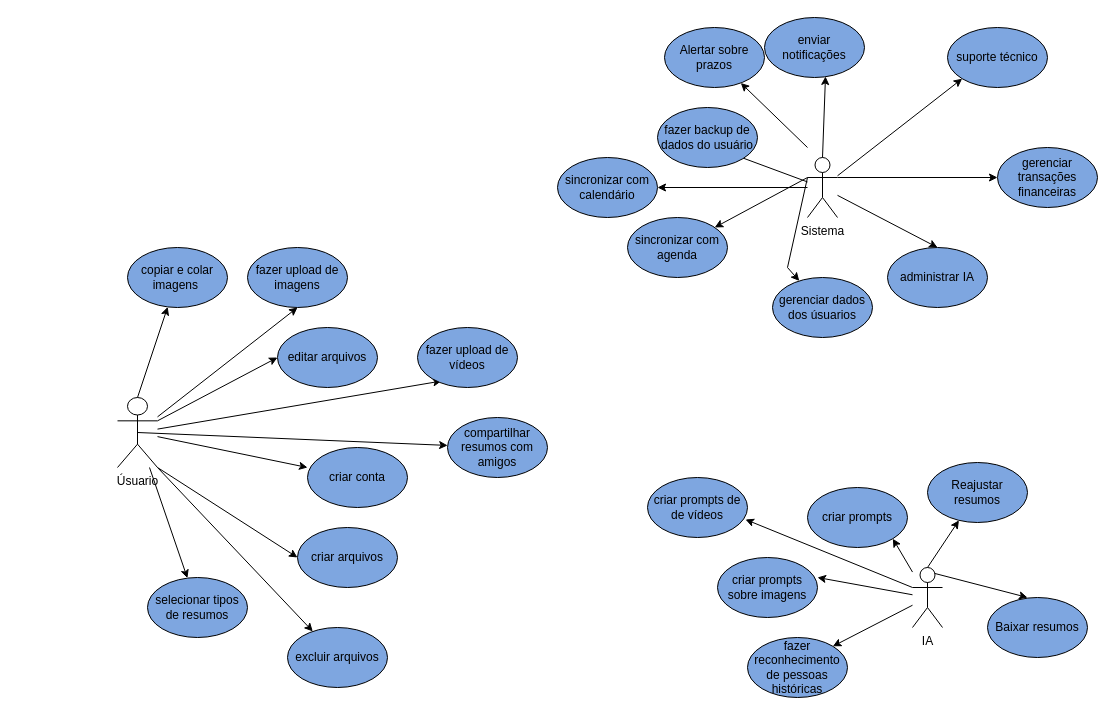
The draw.io diagram page "casos de uso" (1 of 5) of Diagrama sem nome.drawio in neymarboliviano/FCW-AI, before the edit. Source tidied: cells renumbered, new cells numbered last; positions are measured from the earlier drawing's top-left corner, leaving out a move shared by most shapes. Both pictures are drawn from the tidied source at 100%, with x=0, y=0 at pixel (117, 17).
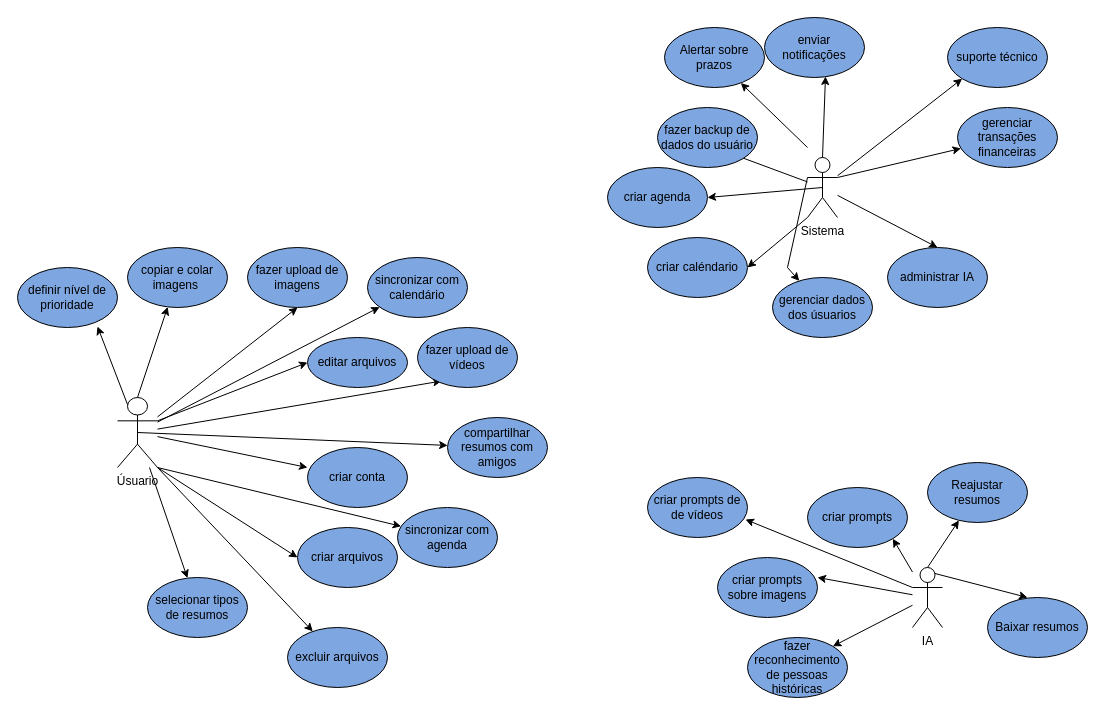
The same page after the edit.

Unchanged cells that the change refers to:
```xml
<mxCell id="3" value="Úsuario" style="shape=umlActor;verticalLabelPosition=bottom;verticalAlign=top;html=1;outlineConnect=0;" parent="1" vertex="1">
  <mxGeometry y="380" width="40" height="70" as="geometry" />
</mxCell>
<mxCell id="17" value="Sistema" style="shape=umlActor;verticalLabelPosition=bottom;verticalAlign=top;html=1;outlineConnect=0;" parent="1" vertex="1">
  <mxGeometry x="690" y="140" width="30" height="60" as="geometry" />
</mxCell>
```

Change to the diagram source:
```diff
@@
     <mxCell id="2" value="editar arquivos" style="ellipse;whiteSpace=wrap;html=1;fillColor=light-dark(#7EA6E0,var(--ge-dark-color, #121212));" parent="1" vertex="1">
-      <mxGeometry x="160" y="310" width="100" height="60" as="geometry" />
+      <mxGeometry x="190" y="320" width="100" height="50" as="geometry" />
     </mxCell>
@@
     <mxCell id="6" value="sincronizar com calendário" style="ellipse;whiteSpace=wrap;html=1;fillColor=light-dark(#7EA6E0,var(--ge-dark-color, #121212));" parent="1" vertex="1">
-      <mxGeometry x="440" y="140" width="100" height="60" as="geometry" />
+      <mxGeometry x="250" y="240" width="100" height="60" as="geometry" />
     </mxCell>
@@
-    <mxCell id="20" style="endArrow=classic;html=1;rounded=0;exitX=0;exitY=0.3333333333333333;exitDx=0;exitDy=0;exitPerimeter=0;" parent="1" edge="1" source="17" target="21">
+    <mxCell id="20" style="endArrow=classic;html=1;rounded=0;exitX=1;exitY=1;exitDx=0;exitDy=0;exitPerimeter=0;" parent="1" edge="1" source="3" target="21">
       <mxGeometry relative="1" as="geometry" />
     </mxCell>
     <mxCell id="21" value="sincronizar com agenda" style="ellipse;whiteSpace=wrap;html=1;fillColor=light-dark(#7EA6E0,var(--ge-dark-color, #121212));" parent="1" vertex="1">
-      <mxGeometry x="510" y="200" width="100" height="60" as="geometry" />
+      <mxGeometry x="280" y="490" width="100" height="60" as="geometry" />
     </mxCell>
@@
-    <mxCell id="25" style="endArrow=classic;html=1;rounded=0;" parent="1" edge="1" source="17" target="6">
+    <mxCell id="25" style="endArrow=classic;html=1;rounded=0;" parent="1" edge="1" source="3" target="6">
       <mxGeometry relative="1" as="geometry" />
     </mxCell>
@@
     <mxCell id="40" value="gerenciar transações financeiras" style="ellipse;whiteSpace=wrap;html=1;fillColor=light-dark(#7EA6E0,var(--ge-dark-color, #121212));" parent="1" vertex="1">
-      <mxGeometry x="880" y="130" width="100" height="60" as="geometry" />
+      <mxGeometry x="840" y="90" width="100" height="60" as="geometry" />
     </mxCell>
@@
+    <mxCell id="53" value="criar caléndario" style="ellipse;whiteSpace=wrap;html=1;fillColor=light-dark(#7EA6E0,var(--ge-dark-color, #121212));" parent="1" vertex="1">
+      <mxGeometry x="530" y="220" width="100" height="60" as="geometry" />
+    </mxCell>
+    <mxCell id="54" value="criar agenda" style="ellipse;whiteSpace=wrap;html=1;fillColor=light-dark(#7EA6E0,var(--ge-dark-color, #121212));" parent="1" vertex="1">
+      <mxGeometry x="490" y="150" width="100" height="60" as="geometry" />
+    </mxCell>
+    <mxCell id="55" style="endArrow=classic;html=1;rounded=0;exitX=0.5;exitY=0.5;exitDx=0;exitDy=0;exitPerimeter=0;entryX=1;entryY=0.5;entryDx=0;entryDy=0;" parent="1" edge="1" source="17" target="54">
+      <mxGeometry relative="1" as="geometry" />
+    </mxCell>
+    <mxCell id="56" style="endArrow=classic;html=1;rounded=0;entryX=1;entryY=0.5;entryDx=0;entryDy=0;exitX=0;exitY=1;exitDx=0;exitDy=0;exitPerimeter=0;" parent="1" edge="1" source="17" target="53">
+      <mxGeometry relative="1" as="geometry" />
+    </mxCell>
+    <mxCell id="57" value="definir nível de prioridade" style="ellipse;whiteSpace=wrap;html=1;fillColor=light-dark(#7EA6E0,var(--ge-dark-color, #121212));" parent="1" vertex="1">
+      <mxGeometry x="-100" y="250" width="100" height="60" as="geometry" />
+    </mxCell>
+    <mxCell id="58" style="endArrow=classic;html=1;rounded=0;exitX=0.25;exitY=0.1;exitDx=0;exitDy=0;exitPerimeter=0;entryX=0.8;entryY=0.983;entryDx=0;entryDy=0;entryPerimeter=0;" parent="1" edge="1" source="3" target="57">
+      <mxGeometry relative="1" as="geometry" />
+    </mxCell>
```
